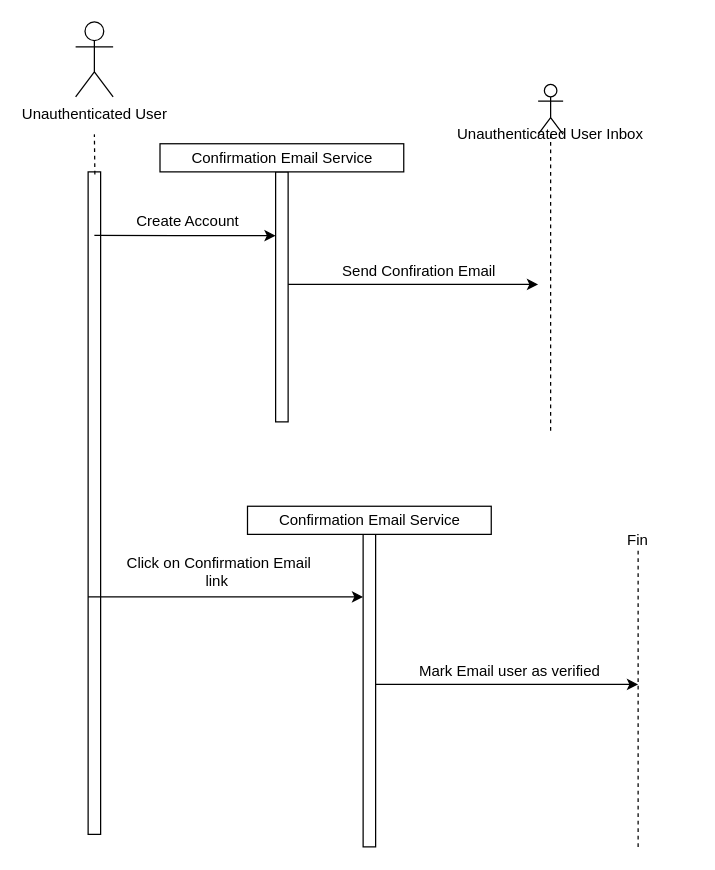
The draw.io diagram email-verification-flow.drawio in hangmant/diagrams, before the edit. Source tidied: cells renumbered, new cells numbered last; positions are measured from the earlier drawing's top-left corner, leaving out a move shared by most shapes. Both pictures are drawn from the tidied source at 125%, with x=0, y=0 at pixel (75, 21).
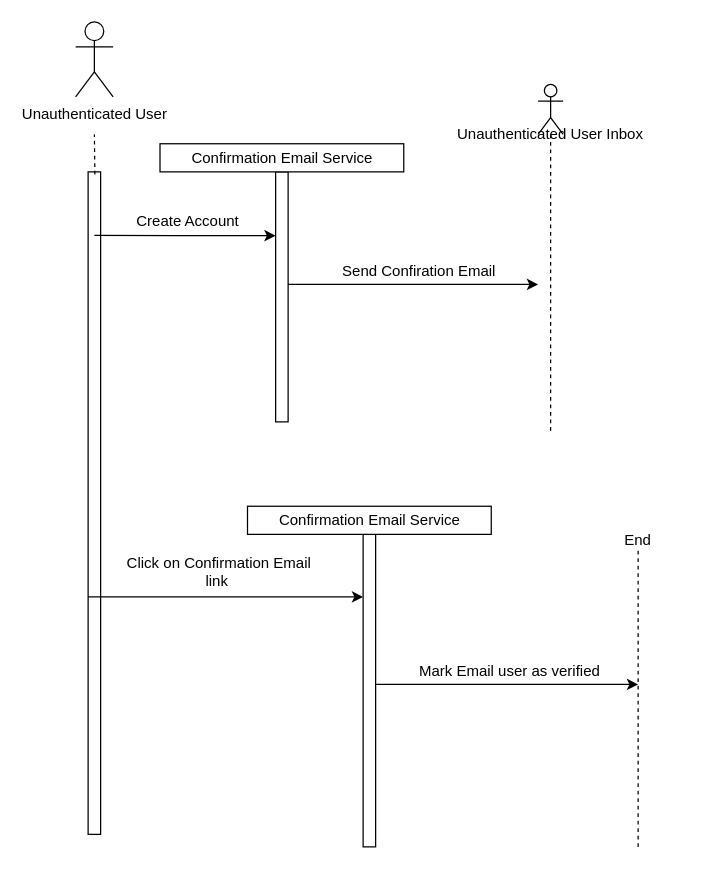
After the change.

Change to the diagram source:
```diff
@@
-    <mxCell id="19" value="Fin" style="text;html=1;strokeColor=none;fillColor=none;align=center;verticalAlign=middle;whiteSpace=wrap;rounded=0;" parent="1" vertex="1">
+    <mxCell id="19" value="End" style="text;html=1;strokeColor=none;fillColor=none;align=center;verticalAlign=middle;whiteSpace=wrap;rounded=0;" parent="1" vertex="1">
       <mxGeometry x="430" y="405" width="40" height="20" as="geometry" />
     </mxCell>
```
